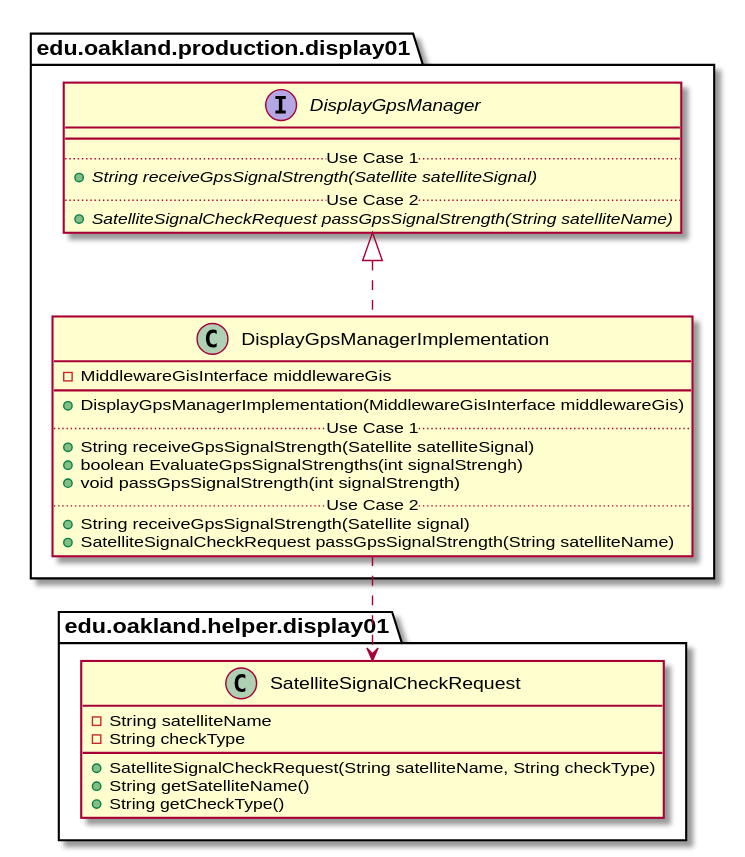
This is docs/uml-class-diagrams/display01/production/DisplayGpsManagerImplementation/DisplayGpsManagerImplementation_DirectDependencies.svg from andrewdimmer/csi-3370-software-project, a PlantUML export, as it was before one commit.
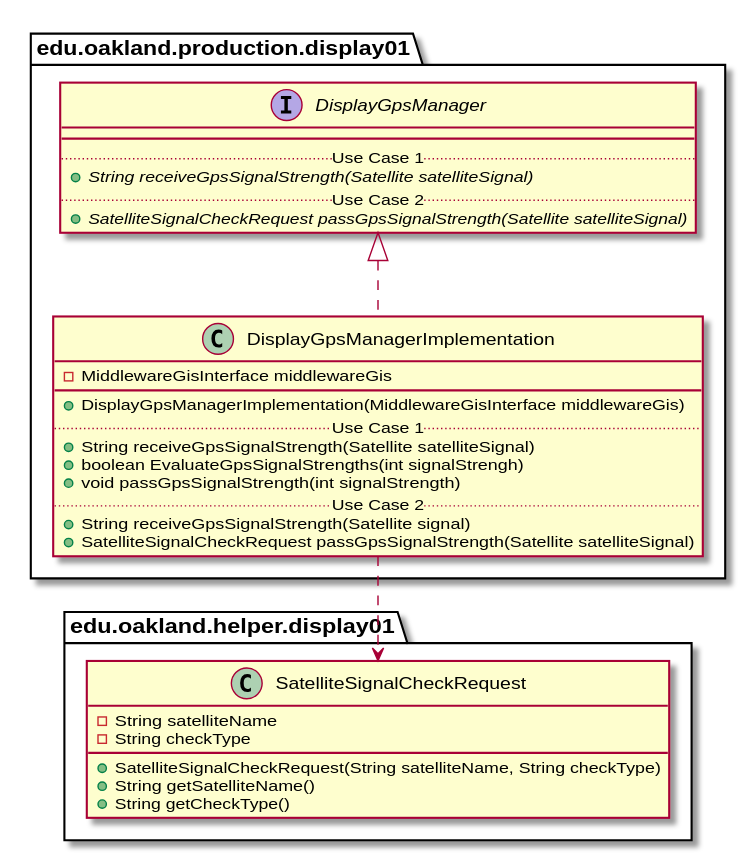
The same diagram one commit later.

The edit, as a diff of the source:
```diff
@@ -12,7 +12,7 @@
     + void passGpsSignalStrength(int signalStrength)
     .. Use Case 2 ..
     + String receiveGpsSignalStrength(Satellite signal)
-    + SatelliteSignalCheckRequest passGpsSignalStrength(String satelliteName)
+    + SatelliteSignalCheckRequest passGpsSignalStrength(Satellite satelliteSignal)
     }
 }
 
@@ -24,7 +24,7 @@
         .. Use Case 1 ..
         {abstract} + String receiveGpsSignalStrength(Satellite satelliteSignal)
         .. Use Case 2 ..
-        {abstract} + SatelliteSignalCheckRequest passGpsSignalStrength(String satelliteName)
+        {abstract} + SatelliteSignalCheckRequest passGpsSignalStrength(Satellite satelliteSignal)
     }
 }
 
```
